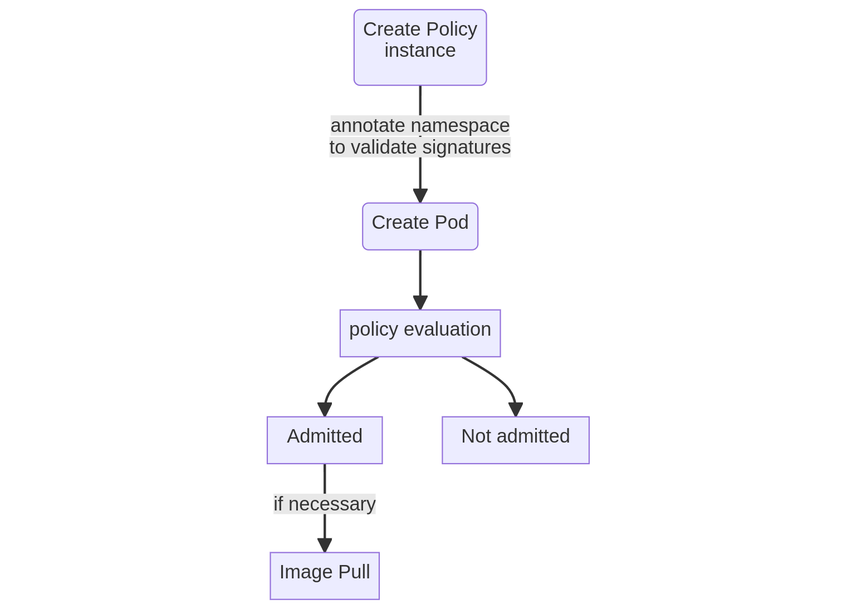
Before: content/en/blog/_posts/2023-06-29-container-image-signature-verification/flow.png, a diagram exported from Mermaid (KimSJ15/kubernetes_website). Its source is kept beside it as content/en/blog/_posts/2023-06-29-container-image-signature-verification/flow.mmd. Its diagram source:
```mermaid
flowchart TD
    A(Create Policy\ninstance) -->|annotate namespace\nto validate signatures| B(Create Pod)
    B --> C[policy evaluation]
    C --> D[fa:fa-check Admitted]
    C --> E[fa:fa-xmark Not admitted]
    D --> |if necessary| F[Image Pull]
```
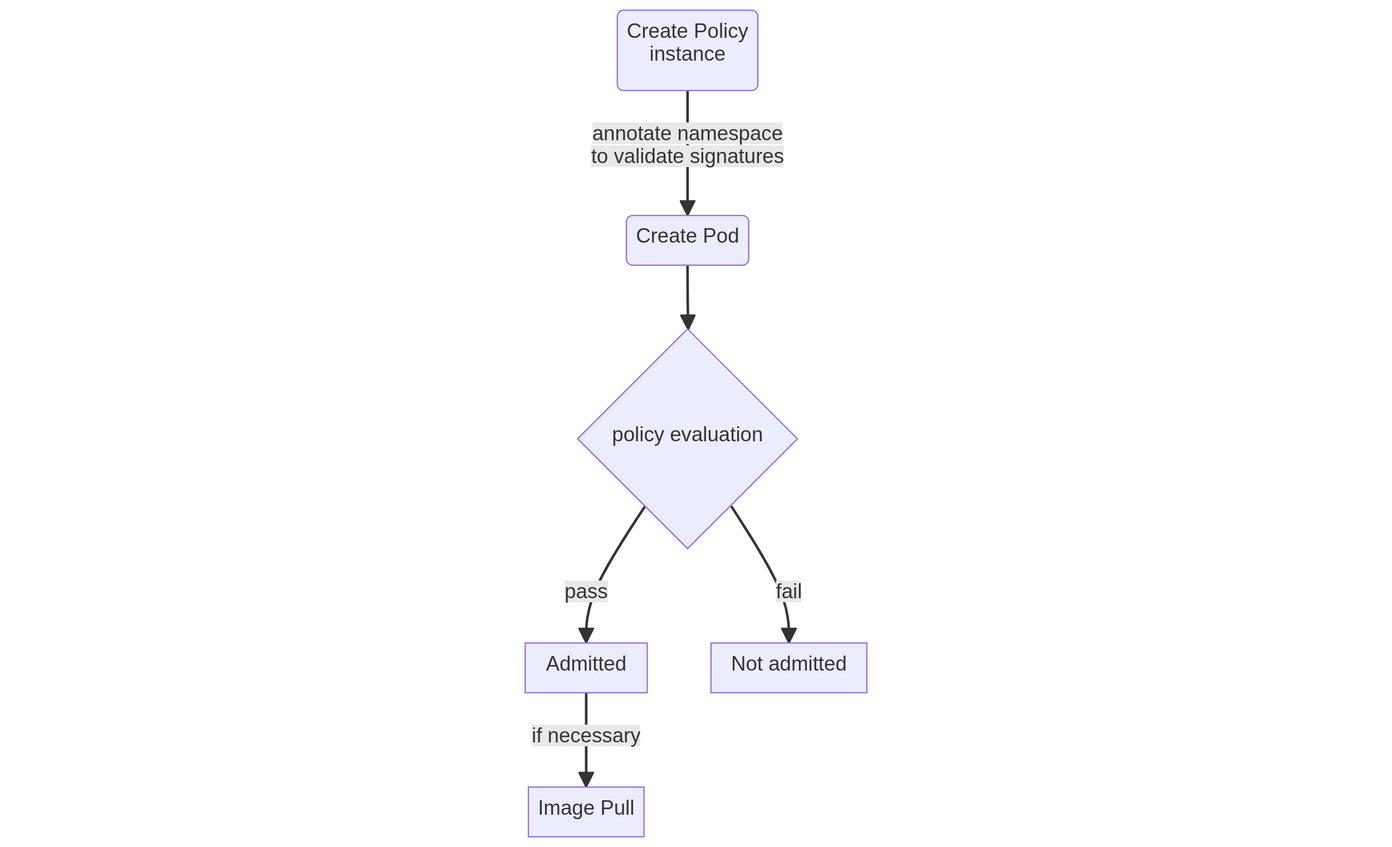
After the change.

Change to the diagram source:
```diff
@@ -1,6 +1,6 @@
 flowchart TD
     A(Create Policy\ninstance) -->|annotate namespace\nto validate signatures| B(Create Pod)
-    B --> C[policy evaluation]
-    C --> D[fa:fa-check Admitted]
-    C --> E[fa:fa-xmark Not admitted]
+    B --> C{policy evaluation}
+    C --> |pass| D[fa:fa-check Admitted]
+    C --> |fail| E[fa:fa-xmark Not admitted]
     D --> |if necessary| F[Image Pull]
```
